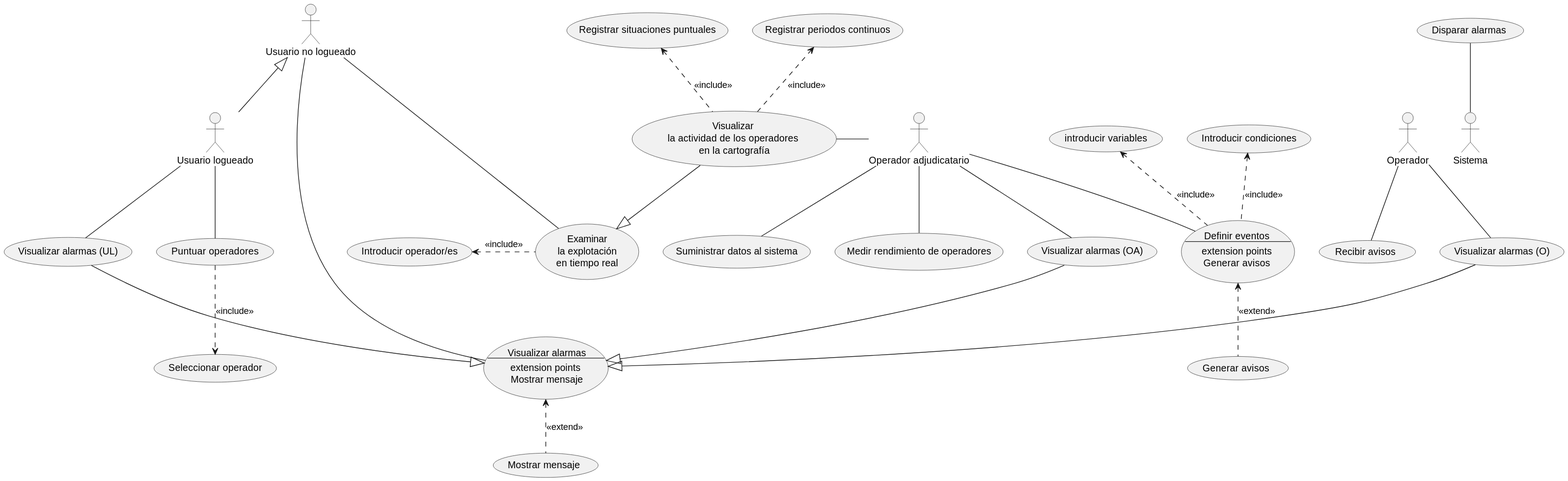
cgg734/INRE-UAL-MORADO-2022-2023 keeps this PlantUML diagram as out/Proyecto/source/SMET/Sistema de informacion.svg. Above is the earlier version.
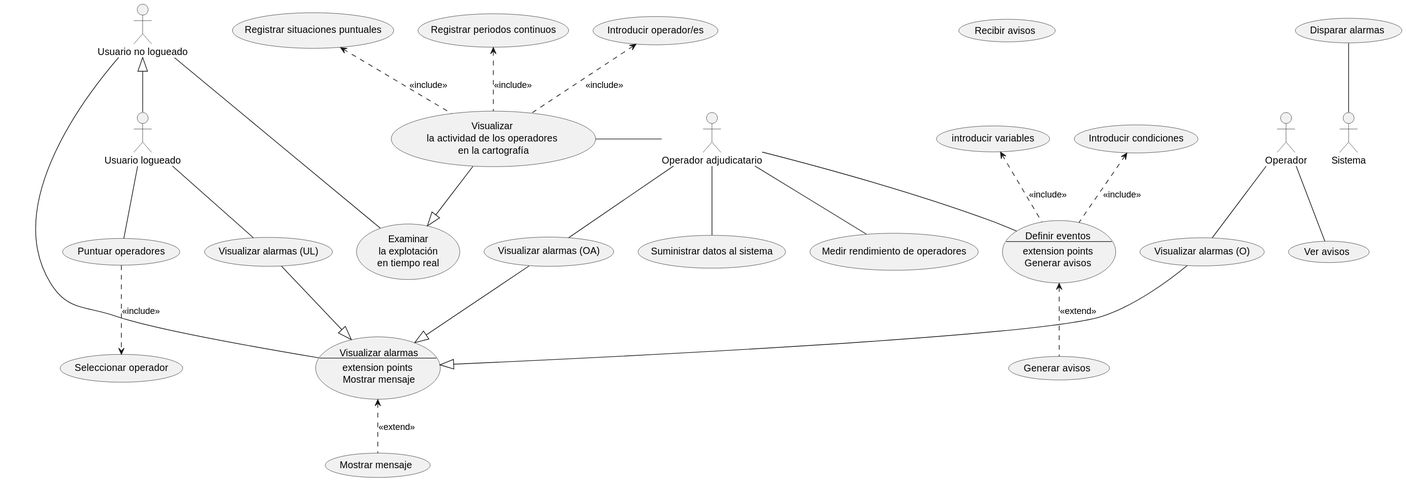
Later version of the same file.

The edit, as a diff of the source:
```diff
@@ -30,14 +30,14 @@
 (Visualizar alarmas O)--|>VA
 (Visualizar alarmas OA)--|>VA
 (Visualizar alarmas UR)--|>VA
-Operador--(Recibir avisos)
+Operador--(Ver avisos)
 OA--DE
 (introducir variables)<..DE : <<include>>
 (Introducir condiciones)<..DE : <<include>>
 DE<..GA : <<extend>>
 UNR--EX
 VisualAct--|>EX
-(Introducir operador/es)<.right.EX : <<include>>
+(Introducir operador/es)<..VisualAct : <<include>>
 UNR-right-VA
 UNR<|--UR
 (Disparar alarmas)--Sistema
```
